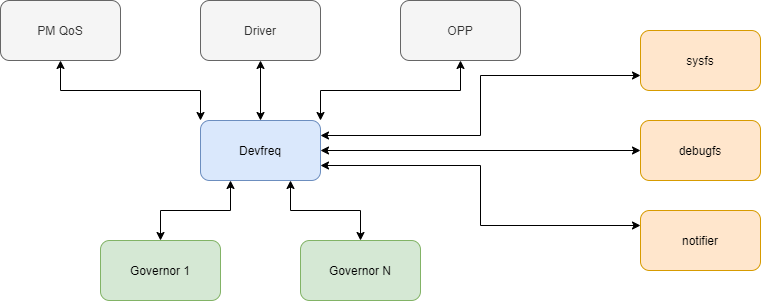
Earlier version of the draw.io export images/devfreq/framework.png (craftsfish/pub). Source tidied: cells renumbered, new cells last; positions are measured from the earlier drawing's top-left corner, leaving out a move shared by most shapes.
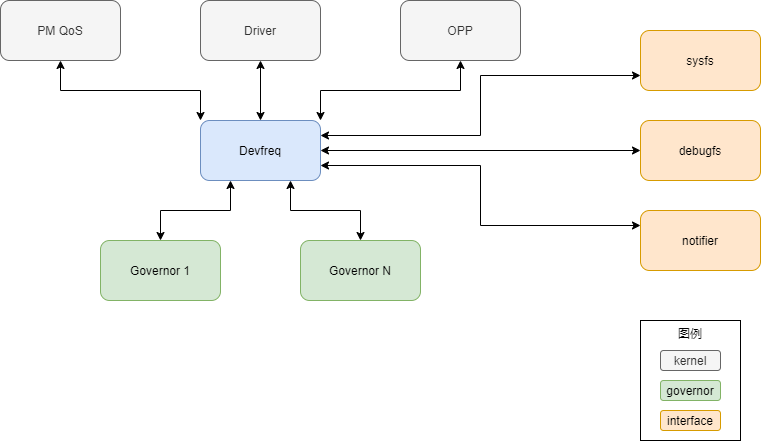
After the commit.

Change to the diagram source:
```diff
@@ -2,6 +2,9 @@
   <root>
     <mxCell id="0" />
     <mxCell id="1" parent="0" />
+    <mxCell id="19" value="图例" style="rounded=0;whiteSpace=wrap;html=1;verticalAlign=top;" parent="1" vertex="1">
+      <mxGeometry x="640" y="320" width="100" height="120" as="geometry" />
+    </mxCell>
     <mxCell id="2" style="edgeStyle=orthogonalEdgeStyle;rounded=0;jettySize=auto;html=1;exitX=0.75;exitY=1;exitDx=0;exitDy=0;entryX=0.5;entryY=0;entryDx=0;entryDy=0;startArrow=classic;startFill=1;" parent="1" edge="1" source="6" target="15">
       <mxGeometry relative="1" as="geometry" />
     </mxCell>
@@ -53,5 +56,14 @@
     <mxCell id="18" value="OPP" style="rounded=1;whiteSpace=wrap;html=1;fillColor=#f5f5f5;strokeColor=#666666;fontColor=#333333;" parent="1" vertex="1">
       <mxGeometry x="400" width="120" height="60" as="geometry" />
     </mxCell>
+    <mxCell id="20" value="kernel" style="rounded=1;whiteSpace=wrap;html=1;fillColor=#f5f5f5;strokeColor=#666666;fontColor=#333333;" parent="1" vertex="1">
+      <mxGeometry x="660" y="350" width="60" height="20" as="geometry" />
+    </mxCell>
+    <mxCell id="21" value="governor" style="rounded=1;whiteSpace=wrap;html=1;fillColor=#d5e8d4;strokeColor=#82b366;" parent="1" vertex="1">
+      <mxGeometry x="660" y="380" width="60" height="20" as="geometry" />
+    </mxCell>
+    <mxCell id="22" value="interface" style="rounded=1;whiteSpace=wrap;html=1;fillColor=#ffe6cc;strokeColor=#d79b00;" parent="1" vertex="1">
+      <mxGeometry x="660" y="410" width="60" height="20" as="geometry" />
+    </mxCell>
   </root>
 </mxGraphModel>
```
